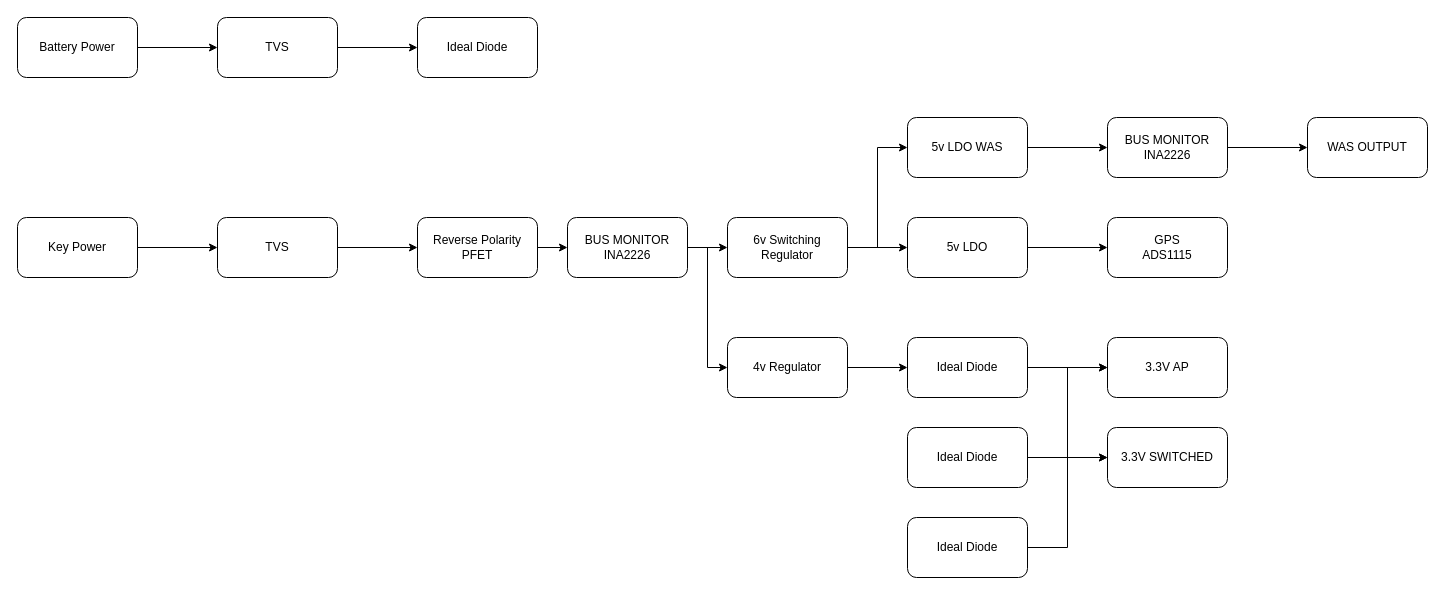
Earlier version of the draw.io diagram Untitled Diagram.drawio (stevennolte/Module_Firmware). Source tidied: cells renumbered, new cells numbered last; positions are measured from the earlier drawing's top-left corner, leaving out a move shared by most shapes. Both pictures are drawn from the tidied source at 100%, with x=0, y=0 at pixel (17, 17).
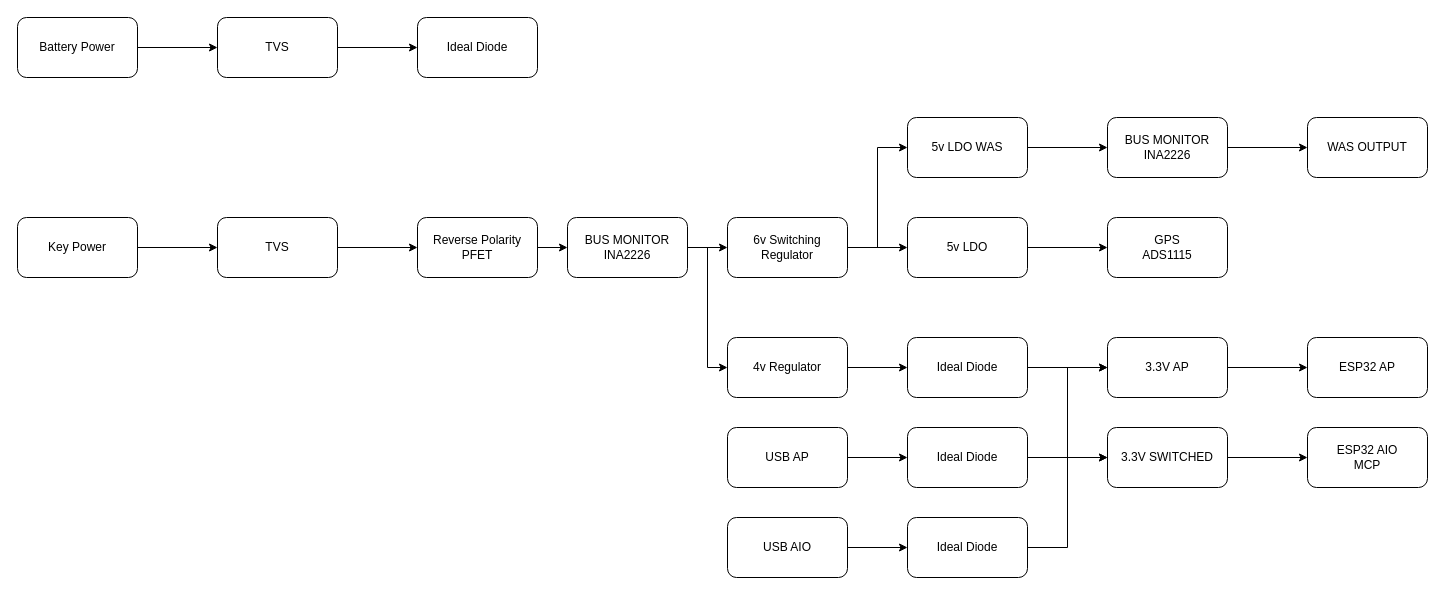
Above is the later version.

Unchanged cells that the change refers to:
```xml
<mxCell id="32" value="3.3V AP" style="rounded=1;whiteSpace=wrap;html=1;" parent="1" vertex="1">
  <mxGeometry x="1090" y="320" width="120" height="60" as="geometry" />
</mxCell>
<mxCell id="33" value="3.3V SWITCHED" style="rounded=1;whiteSpace=wrap;html=1;" parent="1" vertex="1">
  <mxGeometry x="1090" y="410" width="120" height="60" as="geometry" />
</mxCell>
<mxCell id="35" value="Ideal Diode" style="rounded=1;whiteSpace=wrap;html=1;" parent="1" vertex="1">
  <mxGeometry x="890" y="410" width="120" height="60" as="geometry" />
</mxCell>
<mxCell id="37" value="Ideal Diode" style="rounded=1;whiteSpace=wrap;html=1;" parent="1" vertex="1">
  <mxGeometry x="890" y="500" width="120" height="60" as="geometry" />
</mxCell>
```

Diff of the diagram source:
```diff
@@
+    <mxCell id="38" style="edgeStyle=orthogonalEdgeStyle;rounded=0;jettySize=auto;html=1;" parent="1" edge="1" source="32" target="44">
+      <mxGeometry relative="1" as="geometry" />
+    </mxCell>
@@
+    <mxCell id="39" style="edgeStyle=orthogonalEdgeStyle;rounded=0;jettySize=auto;html=1;" parent="1" edge="1" source="33" target="45">
+      <mxGeometry relative="1" as="geometry" />
+    </mxCell>
@@
+    <mxCell id="40" style="edgeStyle=orthogonalEdgeStyle;rounded=0;jettySize=auto;html=1;" parent="1" edge="1" source="41" target="35">
+      <mxGeometry relative="1" as="geometry" />
+    </mxCell>
+    <mxCell id="41" value="USB AP" style="rounded=1;whiteSpace=wrap;html=1;" parent="1" vertex="1">
+      <mxGeometry x="710" y="410" width="120" height="60" as="geometry" />
+    </mxCell>
+    <mxCell id="42" style="edgeStyle=orthogonalEdgeStyle;rounded=0;jettySize=auto;html=1;" parent="1" edge="1" source="43" target="37">
+      <mxGeometry relative="1" as="geometry" />
+    </mxCell>
+    <mxCell id="43" value="USB AIO" style="rounded=1;whiteSpace=wrap;html=1;" parent="1" vertex="1">
+      <mxGeometry x="710" y="500" width="120" height="60" as="geometry" />
+    </mxCell>
+    <mxCell id="44" value="ESP32 AP" style="rounded=1;whiteSpace=wrap;html=1;" parent="1" vertex="1">
+      <mxGeometry x="1290" y="320" width="120" height="60" as="geometry" />
+    </mxCell>
+    <mxCell id="45" value="ESP32 AIO&lt;div&gt;MCP&lt;/div&gt;" style="rounded=1;whiteSpace=wrap;html=1;" parent="1" vertex="1">
+      <mxGeometry x="1290" y="410" width="120" height="60" as="geometry" />
+    </mxCell>
```
